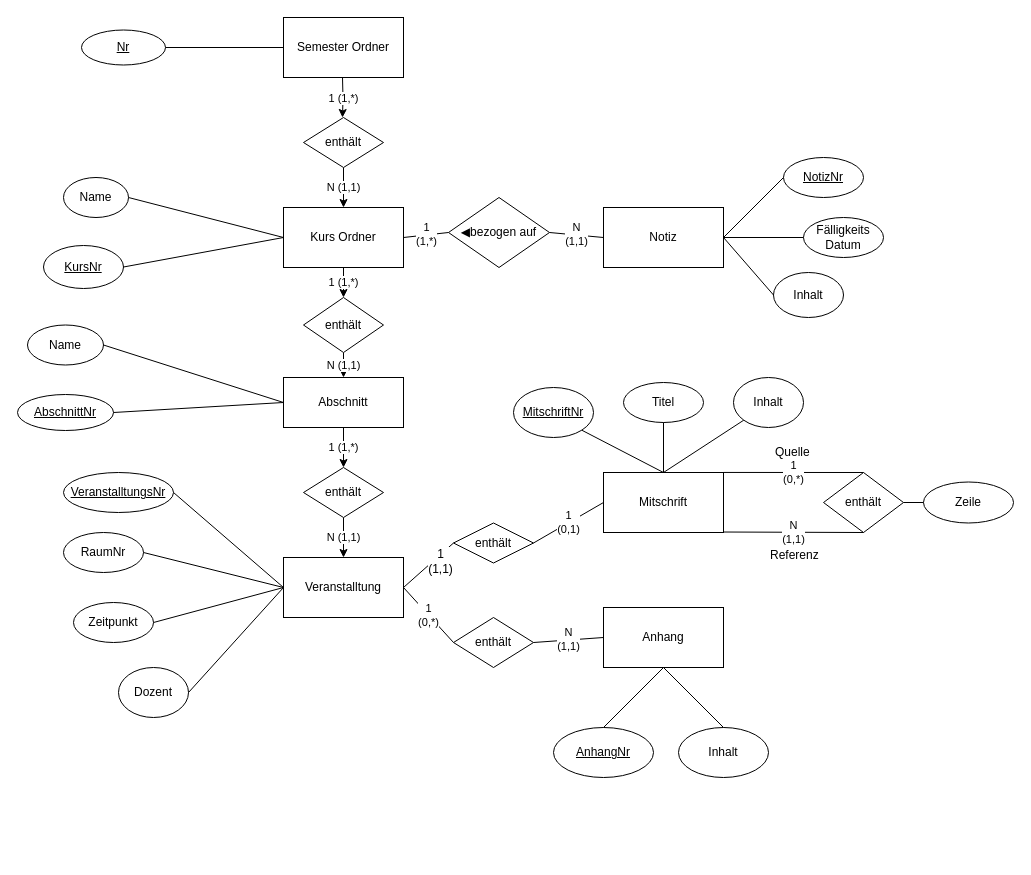
This is todayERD.drawio from jdsee/today, a draw.io file, before an edit. Source tidied: cells renumbered, new cells numbered last; positions are measured from the earlier drawing's top-left corner, leaving out a move shared by most shapes. Both pictures are drawn from the tidied source at 100%, with x=0, y=0 at pixel (17, 17).
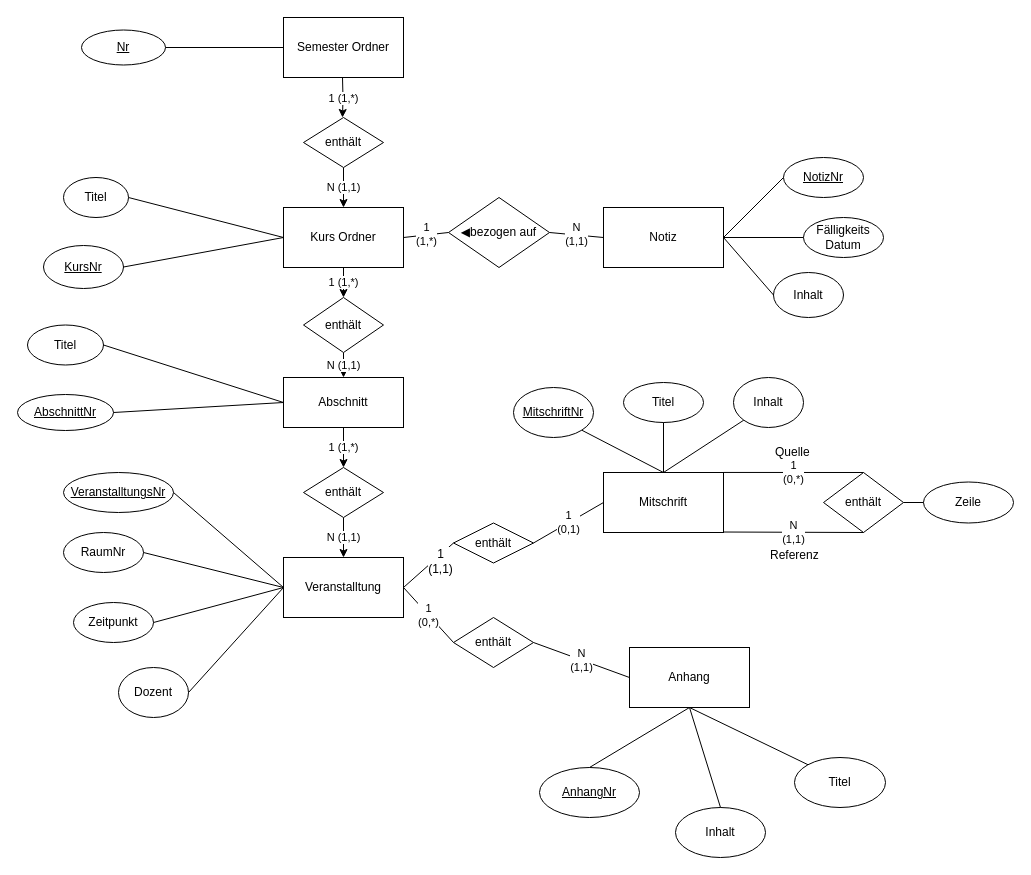
After the change.

Change to the diagram source:
```diff
@@
     <mxCell id="14" value="Anhang" style="rounded=0;whiteSpace=wrap;html=1;" parent="1" vertex="1">
-      <mxGeometry x="586" y="590" width="120" height="60" as="geometry" />
+      <mxGeometry x="612" y="630" width="120" height="60" as="geometry" />
     </mxCell>
@@
-    <mxCell id="28" value="Name" style="ellipse;whiteSpace=wrap;html=1;" parent="1" vertex="1">
+    <mxCell id="28" value="Titel" style="ellipse;whiteSpace=wrap;html=1;" parent="1" vertex="1">
       <mxGeometry x="46" y="160" width="65" height="40" as="geometry" />
     </mxCell>
@@
     <mxCell id="43" value="&lt;u&gt;AnhangNr&lt;/u&gt;" style="ellipse;whiteSpace=wrap;html=1;" parent="1" vertex="1">
-      <mxGeometry x="536" y="710" width="100" height="50" as="geometry" />
+      <mxGeometry x="522" y="750" width="100" height="50" as="geometry" />
     </mxCell>
@@
     <mxCell id="57" value="Inhalt" style="ellipse;whiteSpace=wrap;html=1;" parent="1" vertex="1">
-      <mxGeometry x="661" y="710" width="90" height="50" as="geometry" />
+      <mxGeometry x="658" y="790" width="90" height="50" as="geometry" />
     </mxCell>
@@
-    <mxCell id="65" value="Name" style="ellipse;whiteSpace=wrap;html=1;" parent="1" vertex="1">
+    <mxCell id="65" value="Titel" style="ellipse;whiteSpace=wrap;html=1;" parent="1" vertex="1">
       <mxGeometry x="10" y="307.5" width="76" height="40" as="geometry" />
     </mxCell>
@@
+    <mxCell id="69" value="Titel" style="ellipse;whiteSpace=wrap;html=1;" parent="1" vertex="1">
+      <mxGeometry x="777" y="740" width="91" height="50" as="geometry" />
+    </mxCell>
+    <mxCell id="70" style="endArrow=none;html=1;exitX=0;exitY=0;exitDx=0;exitDy=0;entryX=0.5;entryY=1;entryDx=0;entryDy=0;" parent="1" edge="1" source="69" target="14">
+      <mxGeometry relative="1" as="geometry" />
+    </mxCell>
```
